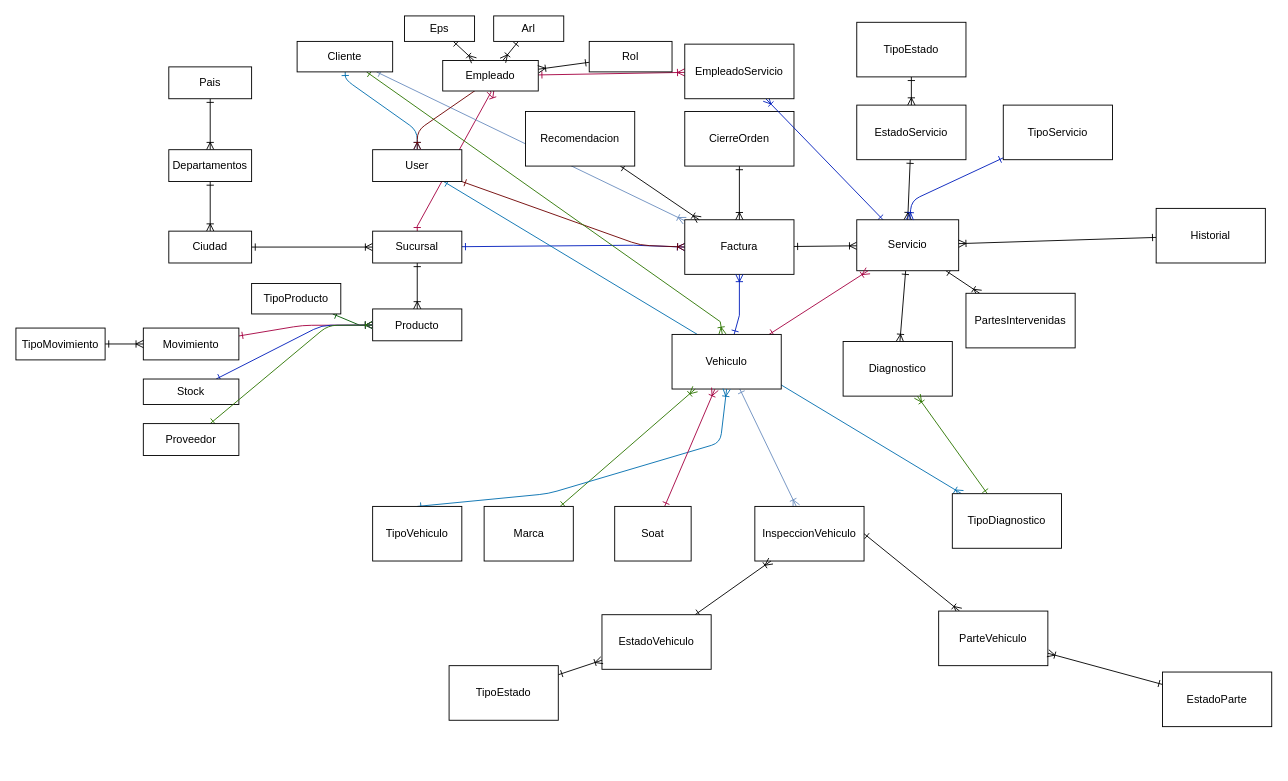
Before: db.drawio in rolando-r/VRC_Backend, a draw.io diagram. Source tidied: cells renumbered, new cells numbered last; positions are measured from the earlier drawing's top-left corner, leaving out a move shared by most shapes. Both pictures are drawn from the tidied source at 91%, with x=0, y=0 at pixel (15, 15).
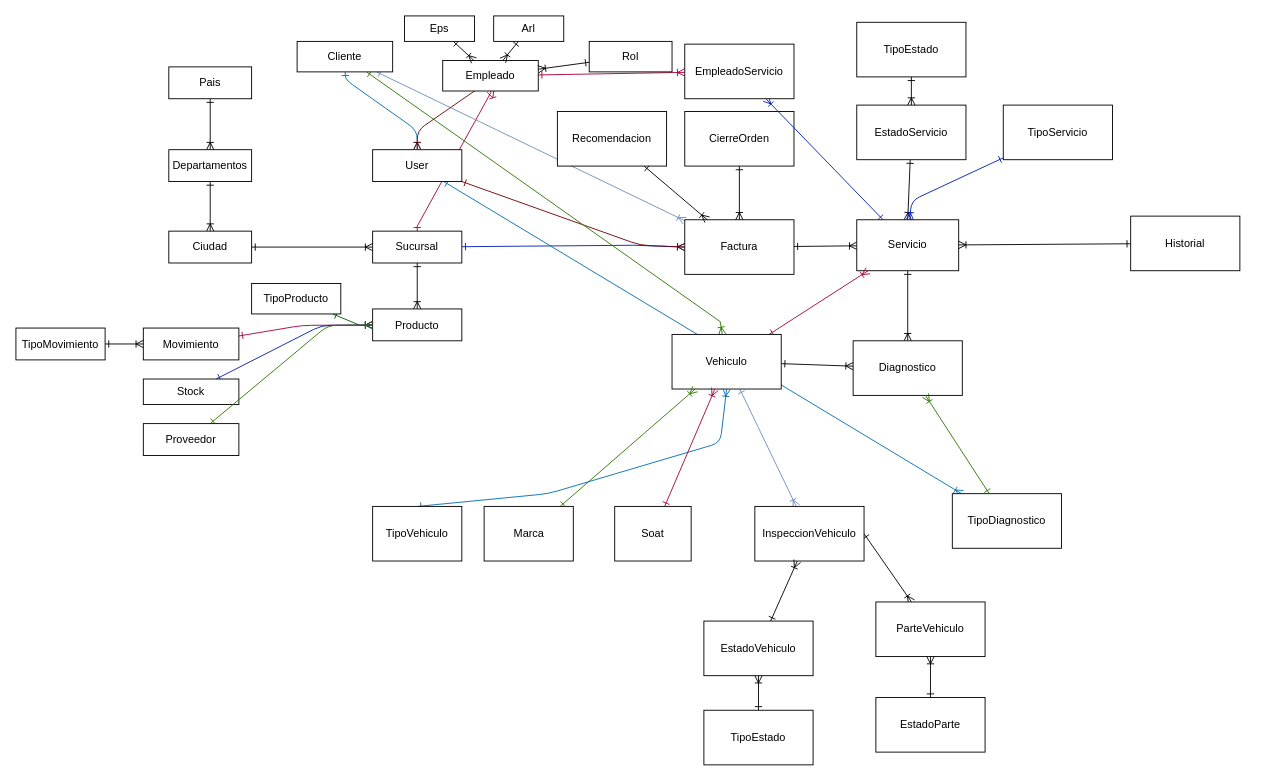
Above is the later version.

Unchanged cells that the change refers to:
```xml
<mxCell id="23" value="Factura" style="rounded=0;whiteSpace=wrap;html=1;fontSize=12;" parent="1" vertex="1">
  <mxGeometry x="735" y="224" width="120" height="60" as="geometry" />
</mxCell>
<mxCell id="29" value="Servicio" style="rounded=0;whiteSpace=wrap;html=1;fontSize=12;" parent="1" vertex="1">
  <mxGeometry x="924" y="224" width="112" height="56" as="geometry" />
</mxCell>
<mxCell id="40" value="Vehiculo" style="rounded=0;whiteSpace=wrap;html=1;fontSize=12;" parent="1" vertex="1">
  <mxGeometry x="721" y="350" width="120" height="60" as="geometry" />
</mxCell>
```

What changed in the source:
```diff
@@
-    <mxCell id="28" style="edgeStyle=none;rounded=1;html=1;fontSize=12;startArrow=ERone;startFill=0;endArrow=ERoneToMany;endFill=0;startSize=6;endSize=6;" parent="1" edge="1" source="29" target="80">
-      <mxGeometry relative="1" as="geometry" />
-    </mxCell>
@@
     <mxCell id="34" value="Diagnostico" style="rounded=0;whiteSpace=wrap;html=1;fontSize=12;" parent="1" vertex="1">
-      <mxGeometry x="909" y="357.8" width="120" height="60" as="geometry" />
+      <mxGeometry x="920" y="357" width="120" height="60" as="geometry" />
     </mxCell>
@@
-    <mxCell id="37" style="edgeStyle=none;rounded=0;html=1;fontSize=12;startArrow=ERone;startFill=0;endArrow=ERoneToMany;endFill=0;startSize=6;endSize=6;fillColor=#0050ef;strokeColor=#001DBC;" parent="1" edge="1" source="40" target="23">
-      <mxGeometry relative="1" as="geometry">
-        <Array as="points">
-          <mxPoint x="795" y="329" />
-        </Array>
-      </mxGeometry>
-    </mxCell>
@@
+    <mxCell id="81" style="edgeStyle=none;html=1;startArrow=ERone;startFill=0;endArrow=ERoneToMany;endFill=0;" parent="1" edge="1" source="40" target="34">
+      <mxGeometry relative="1" as="geometry" />
+    </mxCell>
@@
     <mxCell id="58" value="ParteVehiculo" style="rounded=0;whiteSpace=wrap;html=1;strokeWidth=1;fontSize=12;" parent="1" vertex="1">
-      <mxGeometry x="1014" y="654" width="120" height="60" as="geometry" />
+      <mxGeometry x="945" y="644" width="120" height="60" as="geometry" />
     </mxCell>
@@
     <mxCell id="60" value="EstadoParte" style="rounded=0;whiteSpace=wrap;html=1;strokeWidth=1;fontSize=12;" parent="1" vertex="1">
-      <mxGeometry x="1260" y="721" width="120" height="60" as="geometry" />
+      <mxGeometry x="945" y="749" width="120" height="60" as="geometry" />
     </mxCell>
@@
     <mxCell id="62" value="EstadoVehiculo" style="rounded=0;whiteSpace=wrap;html=1;strokeWidth=1;fontSize=12;" parent="1" vertex="1">
-      <mxGeometry x="644" y="658" width="120" height="60" as="geometry" />
+      <mxGeometry x="756" y="665" width="120" height="60" as="geometry" />
     </mxCell>
@@
     <mxCell id="64" value="TipoEstado" style="rounded=0;whiteSpace=wrap;html=1;strokeWidth=1;fontSize=12;" parent="1" vertex="1">
-      <mxGeometry x="476" y="714" width="120" height="60" as="geometry" />
+      <mxGeometry x="756" y="763" width="120" height="60" as="geometry" />
     </mxCell>
@@
     <mxCell id="68" value="Recomendacion" style="rounded=0;whiteSpace=wrap;html=1;strokeWidth=1;fontSize=12;" parent="1" vertex="1">
-      <mxGeometry x="560" y="105" width="120" height="60" as="geometry" />
+      <mxGeometry x="595" y="105" width="120" height="60" as="geometry" />
     </mxCell>
@@
     <mxCell id="79" value="Historial" style="rounded=0;whiteSpace=wrap;html=1;strokeWidth=1;fontSize=12;" parent="1" vertex="1">
-      <mxGeometry x="1253" y="211.5" width="120" height="60" as="geometry" />
+      <mxGeometry x="1225" y="220" width="120" height="60" as="geometry" />
     </mxCell>
-    <mxCell id="80" value="PartesIntervenidas" style="rounded=0;whiteSpace=wrap;html=1;strokeWidth=1;fontSize=12;" parent="1" vertex="1">
-      <mxGeometry x="1044" y="304.8" width="120" height="60" as="geometry" />
-    </mxCell>
```
